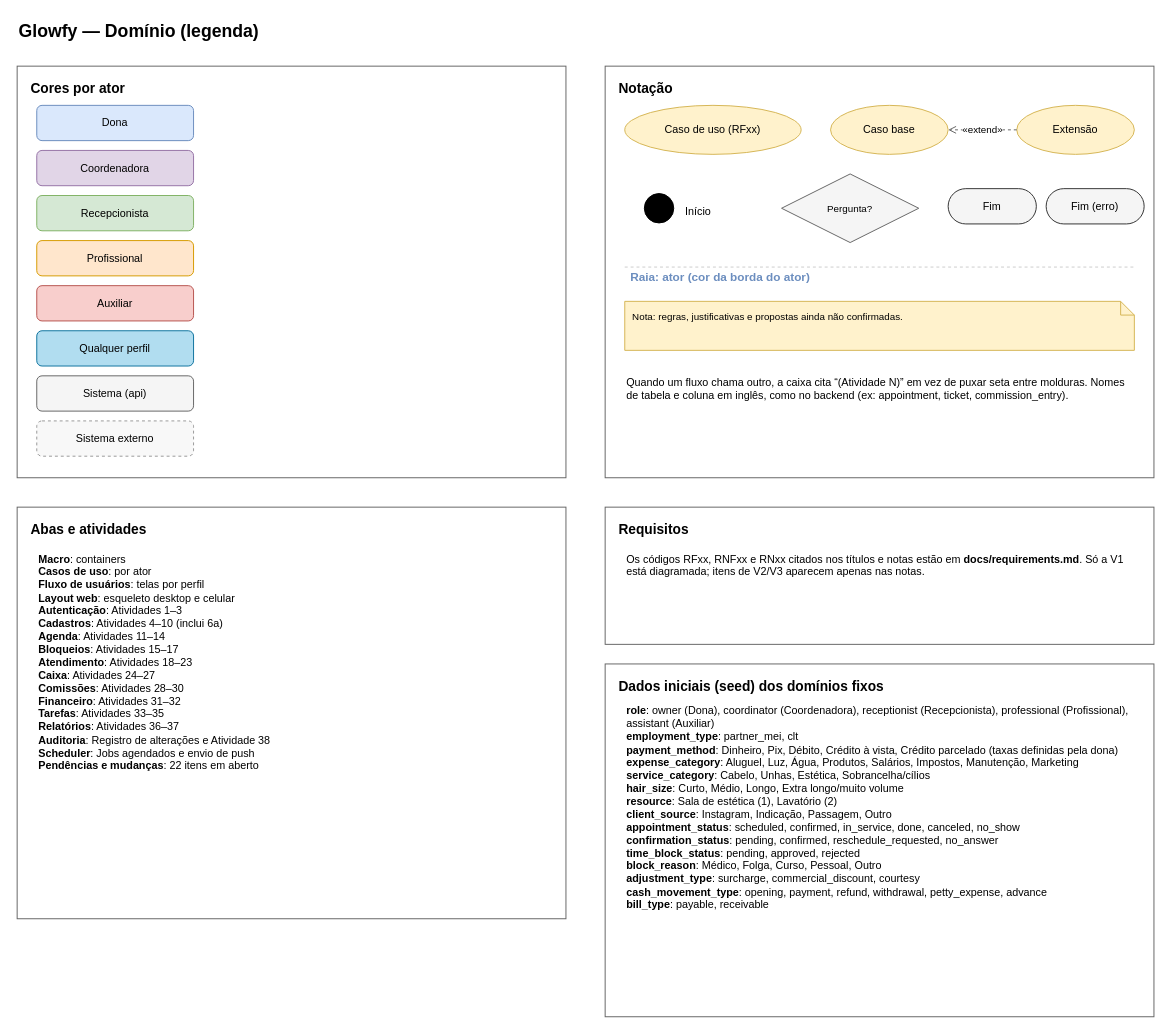
Above: page "Legenda" (1 of 17) of docs/domain/domain.drawio in vitrolagg/glowfy (draw.io), before the change. Source tidied: cells renumbered, new cells numbered last; positions are measured from the earlier drawing's top-left corner, leaving out a move shared by most shapes. Both pictures are drawn from the tidied source at 98%, with x=0, y=0 at pixel (17, 17).
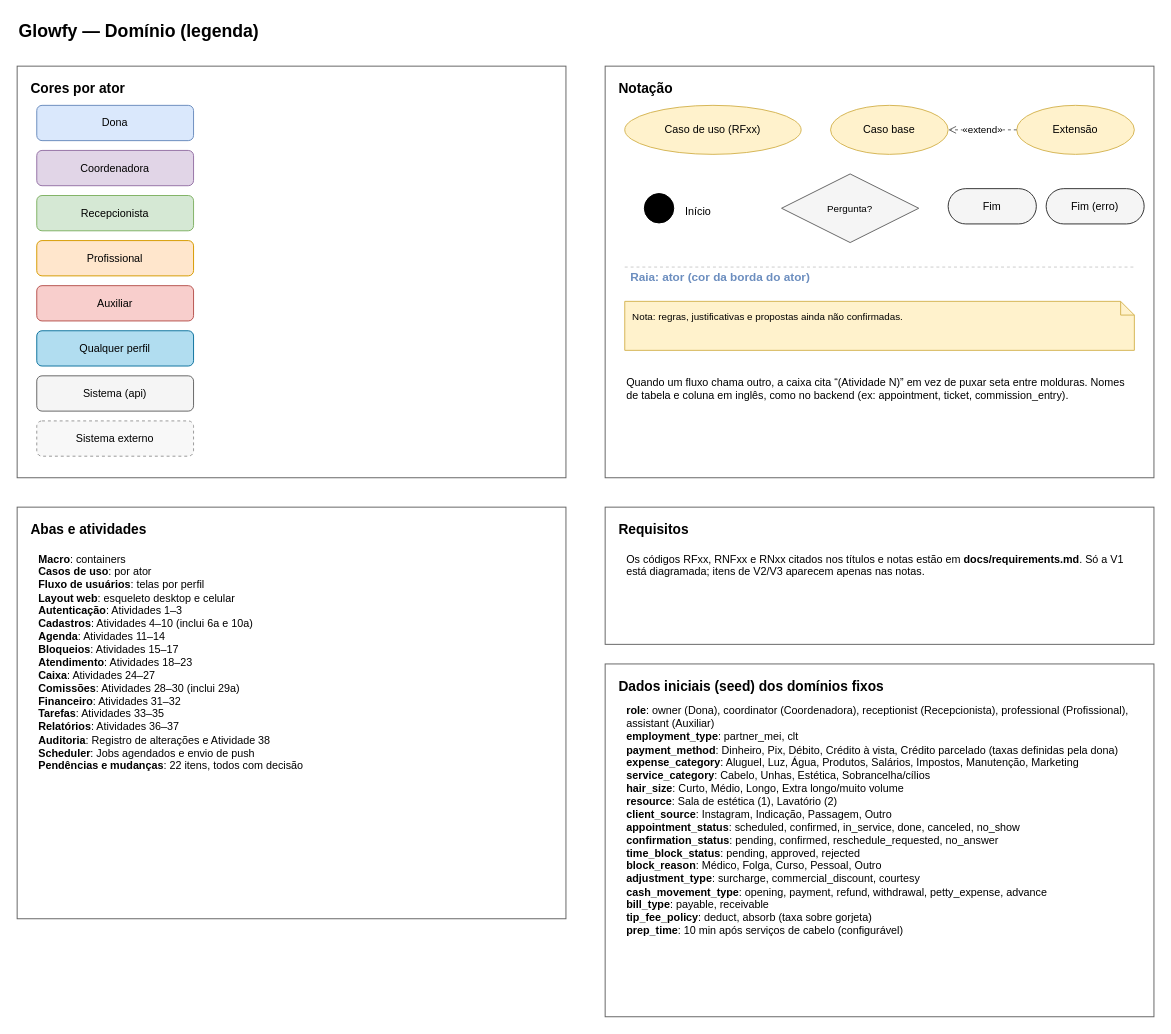
The same page after the edit.

Commit message (it also covers changes not shown here):
Docs: Resolve pendências do domain.drawio

Diff of the diagram source:
```diff
@@
-    <mxCell id="27" value="&lt;b&gt;Macro&lt;/b&gt;: containers&lt;br&gt;&lt;b&gt;Casos de uso&lt;/b&gt;: por ator&lt;br&gt;&lt;b&gt;Fluxo de usuários&lt;/b&gt;: telas por perfil&lt;br&gt;&lt;b&gt;Layout web&lt;/b&gt;: esqueleto desktop e celular&lt;br&gt;&lt;b&gt;Autenticação&lt;/b&gt;: Atividades 1–3&lt;br&gt;&lt;b&gt;Cadastros&lt;/b&gt;: Atividades 4–10 (inclui 6a)&lt;br&gt;&lt;b&gt;Agenda&lt;/b&gt;: Atividades 11–14&lt;br&gt;&lt;b&gt;Bloqueios&lt;/b&gt;: Atividades 15–17&lt;br&gt;&lt;b&gt;Atendimento&lt;/b&gt;: Atividades 18–23&lt;br&gt;&lt;b&gt;Caixa&lt;/b&gt;: Atividades 24–27&lt;br&gt;&lt;b&gt;Comissões&lt;/b&gt;: Atividades 28–30&lt;br&gt;&lt;b&gt;Financeiro&lt;/b&gt;: Atividades 31–32&lt;br&gt;&lt;b&gt;Tarefas&lt;/b&gt;: Atividades 33–35&lt;br&gt;&lt;b&gt;Relatórios&lt;/b&gt;: Atividades 36–37&lt;br&gt;&lt;b&gt;Auditoria&lt;/b&gt;: Registro de alterações e Atividade 38&lt;br&gt;&lt;b&gt;Scheduler&lt;/b&gt;: Jobs agendados e envio de push&lt;br&gt;&lt;b&gt;Pendências e mudanças&lt;/b&gt;: 22 itens em aberto" style="text;html=1;align=left;verticalAlign=top;whiteSpace=wrap;fontSize=11;" parent="1" vertex="1">
+    <mxCell id="27" value="&lt;b&gt;Macro&lt;/b&gt;: containers&lt;br&gt;&lt;b&gt;Casos de uso&lt;/b&gt;: por ator&lt;br&gt;&lt;b&gt;Fluxo de usuários&lt;/b&gt;: telas por perfil&lt;br&gt;&lt;b&gt;Layout web&lt;/b&gt;: esqueleto desktop e celular&lt;br&gt;&lt;b&gt;Autenticação&lt;/b&gt;: Atividades 1–3&lt;br&gt;&lt;b&gt;Cadastros&lt;/b&gt;: Atividades 4–10 (inclui 6a e 10a)&lt;br&gt;&lt;b&gt;Agenda&lt;/b&gt;: Atividades 11–14&lt;br&gt;&lt;b&gt;Bloqueios&lt;/b&gt;: Atividades 15–17&lt;br&gt;&lt;b&gt;Atendimento&lt;/b&gt;: Atividades 18–23&lt;br&gt;&lt;b&gt;Caixa&lt;/b&gt;: Atividades 24–27&lt;br&gt;&lt;b&gt;Comissões&lt;/b&gt;: Atividades 28–30 (inclui 29a)&lt;br&gt;&lt;b&gt;Financeiro&lt;/b&gt;: Atividades 31–32&lt;br&gt;&lt;b&gt;Tarefas&lt;/b&gt;: Atividades 33–35&lt;br&gt;&lt;b&gt;Relatórios&lt;/b&gt;: Atividades 36–37&lt;br&gt;&lt;b&gt;Auditoria&lt;/b&gt;: Registro de alterações e Atividade 38&lt;br&gt;&lt;b&gt;Scheduler&lt;/b&gt;: Jobs agendados e envio de push&lt;br&gt;&lt;b&gt;Pendências e mudanças&lt;/b&gt;: 22 itens, todos com decisão" style="text;html=1;align=left;verticalAlign=top;whiteSpace=wrap;fontSize=11;" parent="1" vertex="1">
       <mxGeometry x="20" y="540" width="520" height="370" as="geometry" />
     </mxCell>
@@
-    <mxCell id="31" value="&lt;b&gt;role&lt;/b&gt;: owner (Dona), coordinator (Coordenadora), receptionist (Recepcionista), professional (Profissional), assistant (Auxiliar)&lt;br&gt;&lt;b&gt;employment_type&lt;/b&gt;: partner_mei, clt&lt;br&gt;&lt;b&gt;payment_method&lt;/b&gt;: Dinheiro, Pix, Débito, Crédito à vista, Crédito parcelado (taxas definidas pela dona)&lt;br&gt;&lt;b&gt;expense_category&lt;/b&gt;: Aluguel, Luz, Água, Produtos, Salários, Impostos, Manutenção, Marketing&lt;br&gt;&lt;b&gt;service_category&lt;/b&gt;: Cabelo, Unhas, Estética, Sobrancelha/cílios&lt;br&gt;&lt;b&gt;hair_size&lt;/b&gt;: Curto, Médio, Longo, Extra longo/muito volume&lt;br&gt;&lt;b&gt;resource&lt;/b&gt;: Sala de estética (1), Lavatório (2)&lt;br&gt;&lt;b&gt;client_source&lt;/b&gt;: Instagram, Indicação, Passagem, Outro&lt;br&gt;&lt;b&gt;appointment_status&lt;/b&gt;: scheduled, confirmed, in_service, done, canceled, no_show&lt;br&gt;&lt;b&gt;confirmation_status&lt;/b&gt;: pending, confirmed, reschedule_requested, no_answer&lt;br&gt;&lt;b&gt;time_block_status&lt;/b&gt;: pending, approved, rejected&lt;br&gt;&lt;b&gt;block_reason&lt;/b&gt;: Médico, Folga, Curso, Pessoal, Outro&lt;br&gt;&lt;b&gt;adjustment_type&lt;/b&gt;: surcharge, commercial_discount, courtesy&lt;br&gt;&lt;b&gt;cash_movement_type&lt;/b&gt;: opening, payment, refund, withdrawal, petty_expense, advance&lt;br&gt;&lt;b&gt;bill_type&lt;/b&gt;: payable, receivable" style="text;html=1;align=left;verticalAlign=top;whiteSpace=wrap;fontSize=11;" parent="1" vertex="1">
+    <mxCell id="31" value="&lt;b&gt;role&lt;/b&gt;: owner (Dona), coordinator (Coordenadora), receptionist (Recepcionista), professional (Profissional), assistant (Auxiliar)&lt;br&gt;&lt;b&gt;employment_type&lt;/b&gt;: partner_mei, clt&lt;br&gt;&lt;b&gt;payment_method&lt;/b&gt;: Dinheiro, Pix, Débito, Crédito à vista, Crédito parcelado (taxas definidas pela dona)&lt;br&gt;&lt;b&gt;expense_category&lt;/b&gt;: Aluguel, Luz, Água, Produtos, Salários, Impostos, Manutenção, Marketing&lt;br&gt;&lt;b&gt;service_category&lt;/b&gt;: Cabelo, Unhas, Estética, Sobrancelha/cílios&lt;br&gt;&lt;b&gt;hair_size&lt;/b&gt;: Curto, Médio, Longo, Extra longo/muito volume&lt;br&gt;&lt;b&gt;resource&lt;/b&gt;: Sala de estética (1), Lavatório (2)&lt;br&gt;&lt;b&gt;client_source&lt;/b&gt;: Instagram, Indicação, Passagem, Outro&lt;br&gt;&lt;b&gt;appointment_status&lt;/b&gt;: scheduled, confirmed, in_service, done, canceled, no_show&lt;br&gt;&lt;b&gt;confirmation_status&lt;/b&gt;: pending, confirmed, reschedule_requested, no_answer&lt;br&gt;&lt;b&gt;time_block_status&lt;/b&gt;: pending, approved, rejected&lt;br&gt;&lt;b&gt;block_reason&lt;/b&gt;: Médico, Folga, Curso, Pessoal, Outro&lt;br&gt;&lt;b&gt;adjustment_type&lt;/b&gt;: surcharge, commercial_discount, courtesy&lt;br&gt;&lt;b&gt;cash_movement_type&lt;/b&gt;: opening, payment, refund, withdrawal, petty_expense, advance&lt;br&gt;&lt;b&gt;bill_type&lt;/b&gt;: payable, receivable&lt;br&gt;&lt;b&gt;tip_fee_policy&lt;/b&gt;: deduct, absorb (taxa sobre gorjeta)&lt;br&gt;&lt;b&gt;prep_time&lt;/b&gt;: 10 min após serviços de cabelo (configurável)" style="text;html=1;align=left;verticalAlign=top;whiteSpace=wrap;fontSize=11;" parent="1" vertex="1">
       <mxGeometry x="620" y="695" width="520" height="320" as="geometry" />
     </mxCell>
```
